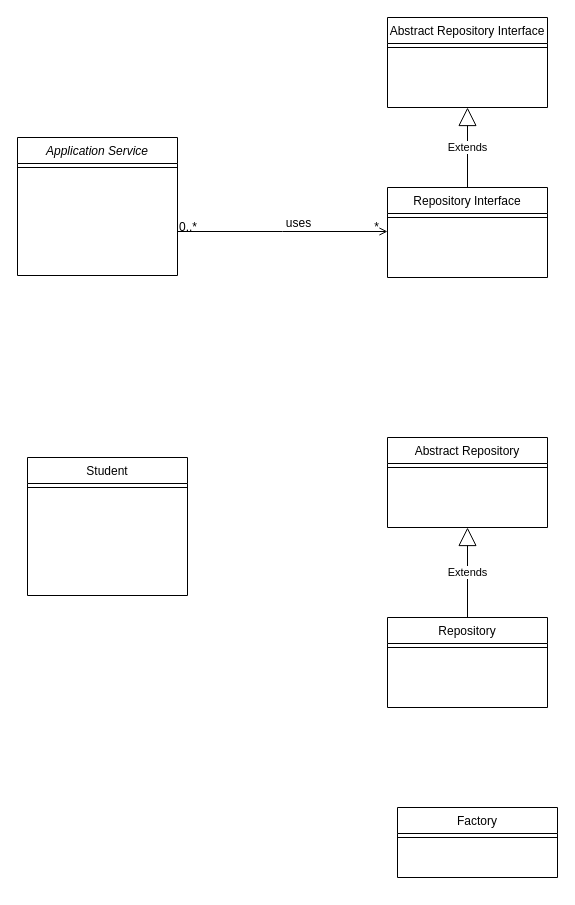
The draw.io diagram DDD.drawio in franck-gaspoz/DDD, before the edit. Source tidied: cells renumbered, new cells numbered last; positions are measured from the earlier drawing's top-left corner, leaving out a move shared by most shapes. Both pictures are drawn from the tidied source at 100%, with x=0, y=0 at pixel (17, 17).
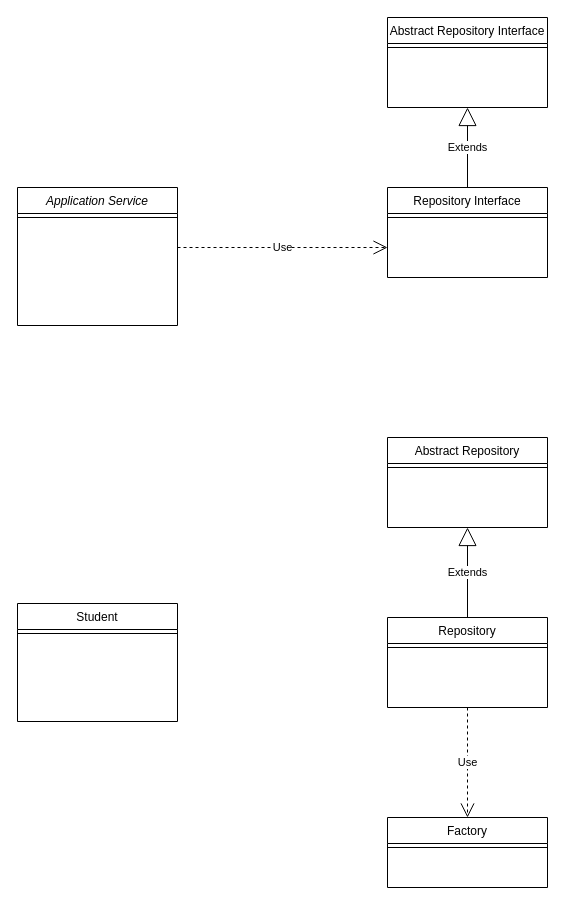
Above is the later version.

Commit message (it also covers changes not shown here):
Mettre à jour DDD.drawio

Unchanged cells that the change refers to:
```xml
<mxCell id="8" value="Repository Interface" style="swimlane;fontStyle=0;align=center;verticalAlign=top;horizontal=1;startSize=26;rounded=0;shadow=0;strokeWidth=1;" parent="1" vertex="1">
  <mxGeometry x="370" y="170" width="160" height="90" as="geometry" />
</mxCell>
<mxCell id="18" value="Repository" style="swimlane;fontStyle=0;align=center;verticalAlign=top;horizontal=1;startSize=26;rounded=0;shadow=0;strokeWidth=1;" parent="1" vertex="1">
  <mxGeometry x="370" y="600" width="160" height="90" as="geometry" />
</mxCell>
```

Change to the diagram source:
```diff
@@
     <mxCell id="2" value="Application Service" style="swimlane;fontStyle=2;align=center;verticalAlign=top;horizontal=1;startSize=26;rounded=0;shadow=0;strokeWidth=1;" parent="1" vertex="1">
-      <mxGeometry y="120" width="160" height="138" as="geometry" />
+      <mxGeometry y="170" width="160" height="138" as="geometry" />
     </mxCell>
@@
     <mxCell id="4" value="Student" style="swimlane;fontStyle=0;align=center;verticalAlign=top;horizontal=1;startSize=26;rounded=0;shadow=0;strokeWidth=1;" parent="1" vertex="1">
-      <mxGeometry x="10" y="440" width="160" height="138" as="geometry" />
+      <mxGeometry y="586" width="160" height="118" as="geometry" />
     </mxCell>
@@
     <mxCell id="6" value="Factory" style="swimlane;fontStyle=0;align=center;verticalAlign=top;horizontal=1;startSize=26;rounded=0;shadow=0;strokeWidth=1;" parent="1" vertex="1">
-      <mxGeometry x="380" y="790" width="160" height="70" as="geometry" />
+      <mxGeometry x="370" y="800" width="160" height="70" as="geometry" />
     </mxCell>
@@
-    <mxCell id="10" style="endArrow=open;shadow=0;strokeWidth=1;rounded=0;endFill=1;edgeStyle=elbowEdgeStyle;elbow=vertical;" parent="1" edge="1" source="2" target="8">
-      <mxGeometry x="0.5" y="41" relative="1" as="geometry">
-        <mxPoint x="-40" y="32" as="offset" />
-      </mxGeometry>
-    </mxCell>
-    <mxCell id="11" value="0..*" style="align=left;verticalAlign=bottom;labelBackgroundColor=none;fontSize=12;" parent="10" vertex="1">
-      <mxGeometry x="-1" relative="1" as="geometry">
-        <mxPoint y="4" as="offset" />
-      </mxGeometry>
-    </mxCell>
-    <mxCell id="12" value="*" style="align=right;verticalAlign=bottom;labelBackgroundColor=none;fontSize=12;" parent="10" vertex="1">
-      <mxGeometry x="1" relative="1" as="geometry">
-        <mxPoint x="-7" y="4" as="offset" />
-      </mxGeometry>
-    </mxCell>
-    <mxCell id="13" value="uses" style="text;html=1;align=center;verticalAlign=middle;labelBackgroundColor=none;rounded=0;shadow=0;strokeWidth=1;fontSize=12;" parent="10" vertex="1">
-      <mxGeometry x="0.5" y="49" relative="1" as="geometry">
-        <mxPoint x="-38" y="40" as="offset" />
-      </mxGeometry>
-    </mxCell>
@@
+    <mxCell id="22" value="Use" style="endArrow=open;endSize=12;dashed=1;html=1;rounded=0;exitX=0.5;exitY=1;exitDx=0;exitDy=0;entryX=0.5;entryY=0;entryDx=0;entryDy=0;" parent="1" edge="1" source="18" target="6">
+      <mxGeometry relative="1" as="geometry" />
+    </mxCell>
+    <mxCell id="23" value="Use" style="endArrow=open;endSize=12;dashed=1;html=1;rounded=0;" parent="1" edge="1">
+      <mxGeometry relative="1" as="geometry">
+        <mxPoint x="160" y="230" as="sourcePoint" />
+        <mxPoint x="370" y="230" as="targetPoint" />
+      </mxGeometry>
+    </mxCell>
```
